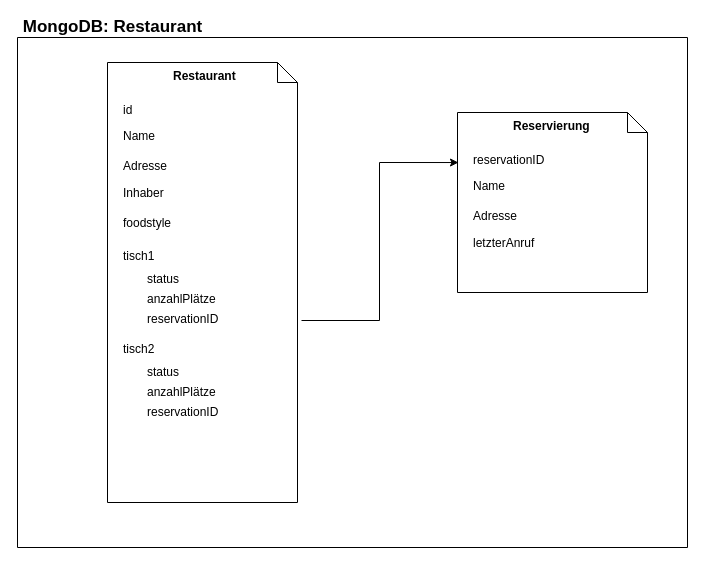
Above: DataModel.drawio in fbubeck/BDS (draw.io), before the change. Source tidied: cells renumbered, new cells numbered last; positions are measured from the earlier drawing's top-left corner, leaving out a move shared by most shapes. Both pictures are drawn from the tidied source at 100%, with x=0, y=0 at pixel (17, 17).
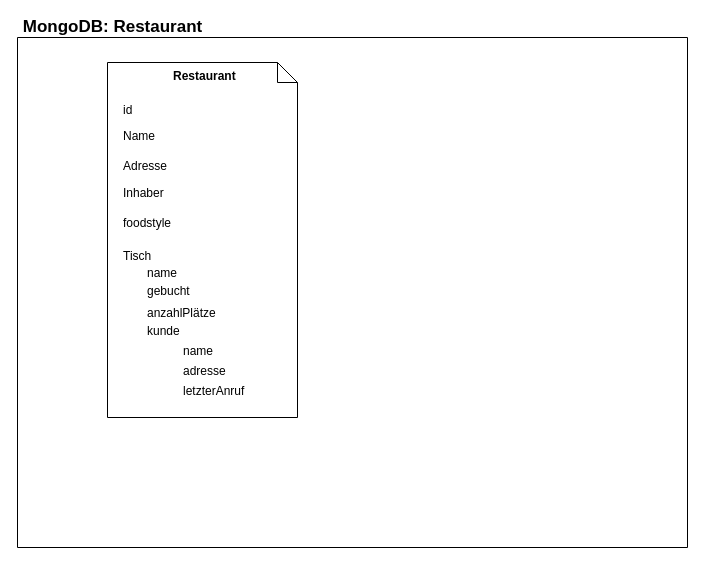
After the change.

Change to the diagram source:
```diff
@@
     <mxCell id="2" value="&lt;p&gt;&lt;br&gt;&lt;/p&gt;" style="shape=note;size=20;whiteSpace=wrap;html=1;align=center;" parent="1" vertex="1">
-      <mxGeometry x="90" y="45" width="190" height="440" as="geometry" />
+      <mxGeometry x="90" y="45" width="190" height="355" as="geometry" />
     </mxCell>
@@
-    <mxCell id="7" value="tisch1" style="text;strokeColor=none;fillColor=none;spacingLeft=4;spacingRight=4;overflow=hidden;fontSize=12;" parent="1" vertex="1">
+    <mxCell id="7" value="Tisch" style="text;strokeColor=none;fillColor=none;spacingLeft=4;spacingRight=4;overflow=hidden;fontSize=12;" parent="1" vertex="1">
       <mxGeometry x="100" y="225" width="160" height="30" as="geometry" />
     </mxCell>
-    <mxCell id="8" value="status" style="text;strokeColor=none;fillColor=none;spacingLeft=4;spacingRight=4;overflow=hidden;fontSize=12;" parent="1" vertex="1">
-      <mxGeometry x="124" y="248" width="160" height="30" as="geometry" />
+    <mxCell id="8" value="gebucht" style="text;strokeColor=none;fillColor=none;spacingLeft=4;spacingRight=4;overflow=hidden;fontSize=12;" parent="1" vertex="1">
+      <mxGeometry x="124" y="260" width="160" height="30" as="geometry" />
     </mxCell>
@@
     <mxCell id="10" value="anzahlPlätze" style="text;strokeColor=none;fillColor=none;spacingLeft=4;spacingRight=4;overflow=hidden;fontSize=12;" parent="1" vertex="1">
-      <mxGeometry x="124" y="268" width="160" height="30" as="geometry" />
+      <mxGeometry x="124" y="282" width="160" height="18" as="geometry" />
     </mxCell>
-    <mxCell id="11" style="edgeStyle=orthogonalEdgeStyle;rounded=0;jettySize=auto;html=1;entryX=0.005;entryY=0.278;entryDx=0;entryDy=0;entryPerimeter=0;" parent="1" edge="1" source="12" target="18">
-      <mxGeometry relative="1" as="geometry" />
-    </mxCell>
-    <mxCell id="12" value="reservationID" style="text;strokeColor=none;fillColor=none;spacingLeft=4;spacingRight=4;overflow=hidden;points=[[0,0.5],[1,0.5]];portConstraint=eastwest;fontSize=12;" parent="1" vertex="1">
-      <mxGeometry x="124" y="288" width="160" height="30" as="geometry" />
-    </mxCell>
-    <mxCell id="13" value="tisch2" style="text;strokeColor=none;fillColor=none;spacingLeft=4;spacingRight=4;overflow=hidden;fontSize=12;" parent="1" vertex="1">
-      <mxGeometry x="100" y="318" width="160" height="30" as="geometry" />
-    </mxCell>
-    <mxCell id="14" value="status" style="text;strokeColor=none;fillColor=none;spacingLeft=4;spacingRight=4;overflow=hidden;fontSize=12;" parent="1" vertex="1">
-      <mxGeometry x="124" y="341" width="160" height="30" as="geometry" />
-    </mxCell>
-    <mxCell id="15" value="anzahlPlätze" style="text;strokeColor=none;fillColor=none;spacingLeft=4;spacingRight=4;overflow=hidden;fontSize=12;" parent="1" vertex="1">
-      <mxGeometry x="124" y="361" width="160" height="30" as="geometry" />
-    </mxCell>
-    <mxCell id="16" value="reservationID" style="text;strokeColor=none;fillColor=none;spacingLeft=4;spacingRight=4;overflow=hidden;fontSize=12;" parent="1" vertex="1">
-      <mxGeometry x="124" y="381" width="160" height="30" as="geometry" />
-    </mxCell>
@@
-    <mxCell id="18" value="&lt;p&gt;&lt;br&gt;&lt;/p&gt;" style="shape=note;size=20;whiteSpace=wrap;html=1;align=center;" parent="1" vertex="1">
-      <mxGeometry x="440" y="95" width="190" height="180" as="geometry" />
-    </mxCell>
-    <mxCell id="19" value="Adresse" style="text;strokeColor=none;fillColor=none;spacingLeft=4;spacingRight=4;overflow=hidden;fontSize=12;" parent="1" vertex="1">
-      <mxGeometry x="450" y="185" width="160" height="34" as="geometry" />
+    <mxCell id="19" value="adresse" style="text;strokeColor=none;fillColor=none;spacingLeft=4;spacingRight=4;overflow=hidden;fontSize=12;" parent="1" vertex="1">
+      <mxGeometry x="160" y="340" width="160" height="34" as="geometry" />
     </mxCell>
-    <mxCell id="20" value="reservationID" style="text;strokeColor=none;fillColor=none;spacingLeft=4;spacingRight=4;overflow=hidden;fontSize=12;" parent="1" vertex="1">
-      <mxGeometry x="450" y="129" width="160" height="30" as="geometry" />
-    </mxCell>
-    <mxCell id="21" value="Name" style="text;strokeColor=none;fillColor=none;spacingLeft=4;spacingRight=4;overflow=hidden;fontSize=12;" parent="1" vertex="1">
-      <mxGeometry x="450" y="155" width="160" height="30" as="geometry" />
+    <mxCell id="21" value="name" style="text;strokeColor=none;fillColor=none;spacingLeft=4;spacingRight=4;overflow=hidden;fontSize=12;" parent="1" vertex="1">
+      <mxGeometry x="160" y="320" width="160" height="30" as="geometry" />
     </mxCell>
     <mxCell id="22" value="letzterAnruf" style="text;strokeColor=none;fillColor=none;spacingLeft=4;spacingRight=4;overflow=hidden;fontSize=12;" parent="1" vertex="1">
-      <mxGeometry x="450" y="212" width="160" height="30" as="geometry" />
+      <mxGeometry x="160" y="360" width="160" height="30" as="geometry" />
     </mxCell>
-    <mxCell id="23" value="Reservierung" style="text;strokeColor=none;fillColor=none;spacingLeft=4;spacingRight=4;overflow=hidden;fontSize=12;fontStyle=1;" parent="1" vertex="1">
-      <mxGeometry x="490" y="95" width="90" height="34" as="geometry" />
-    </mxCell>
@@
+    <mxCell id="29" value="name" style="text;strokeColor=none;fillColor=none;spacingLeft=4;spacingRight=4;overflow=hidden;fontSize=12;" parent="1" vertex="1">
+      <mxGeometry x="124" y="242" width="160" height="18" as="geometry" />
+    </mxCell>
+    <mxCell id="30" value="kunde" style="text;strokeColor=none;fillColor=none;spacingLeft=4;spacingRight=4;overflow=hidden;fontSize=12;" parent="1" vertex="1">
+      <mxGeometry x="124" y="300" width="160" height="30" as="geometry" />
+    </mxCell>
```
